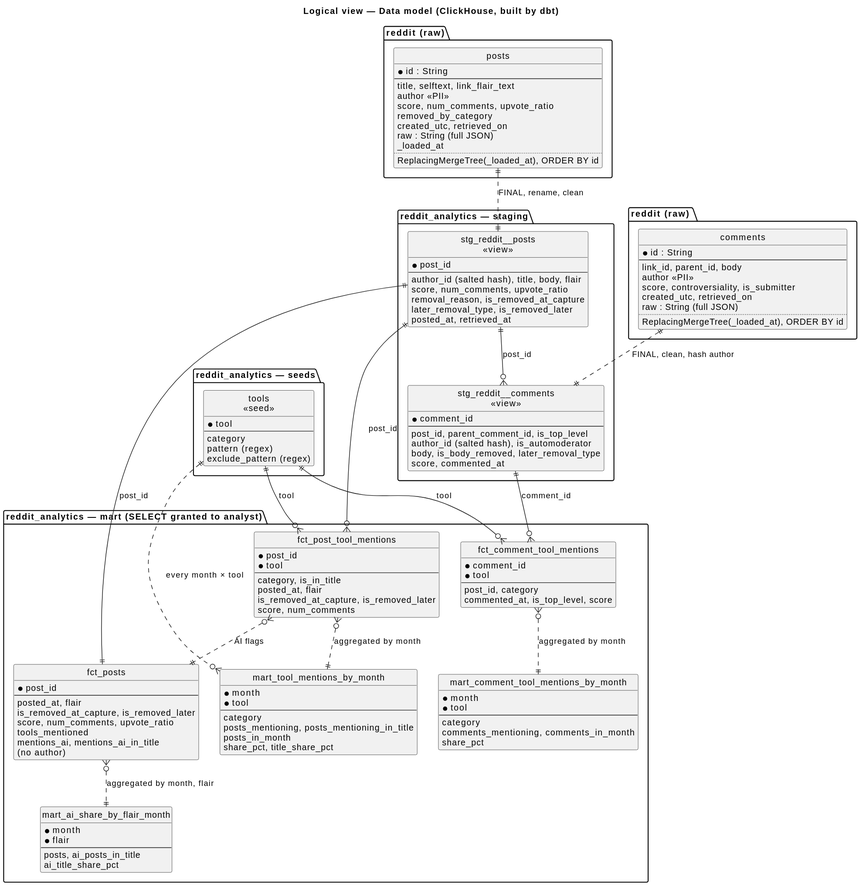
The PlantUML diagram docs/architecture/diagrams/logical-data-model.svg in modsomjeed/reddit-dataeng, before a commit.
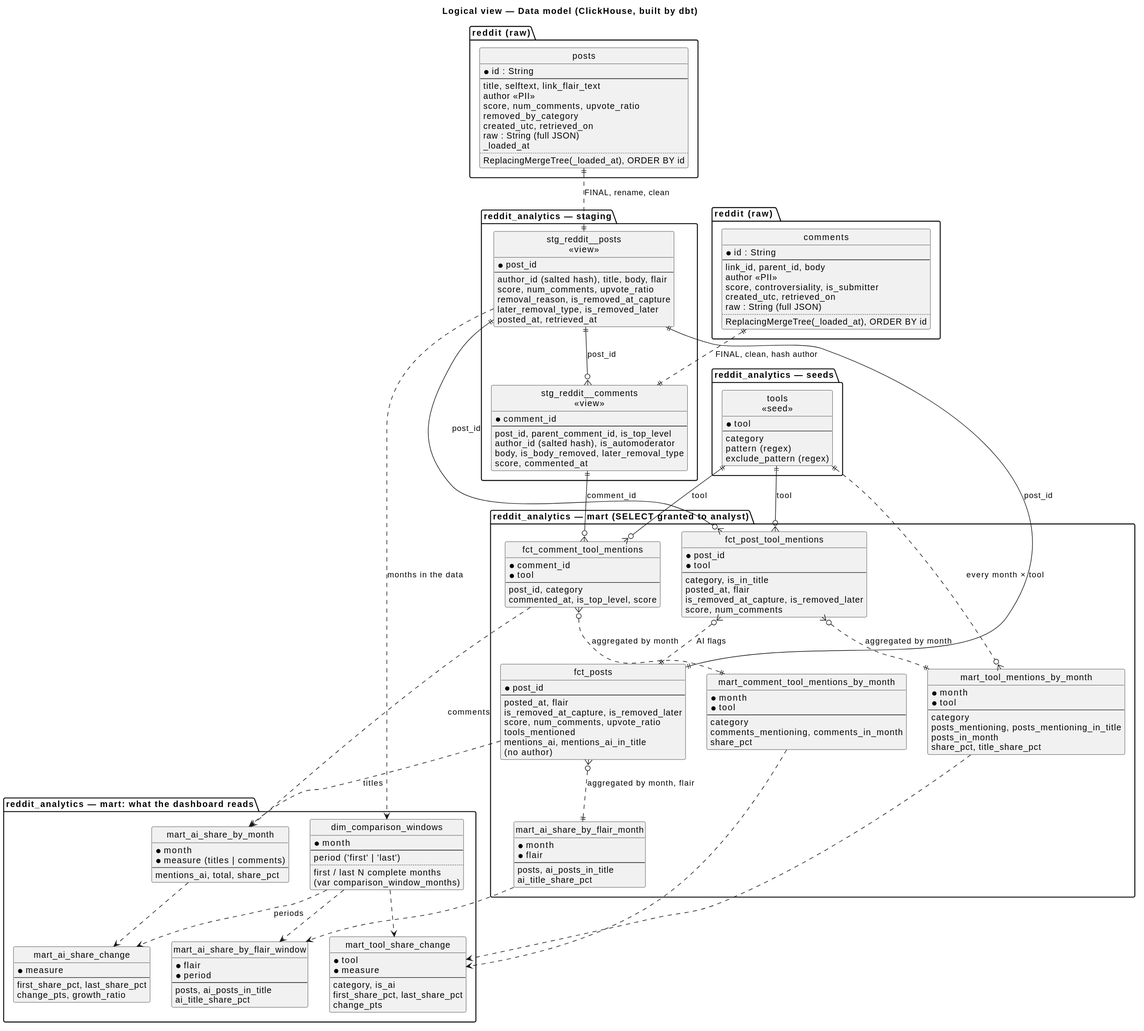
Later version of the same file.

Commit message:
docs(architecture): add the dashboard marts to the logical view

The edit, as a diff of the source:
```diff
@@ -117,6 +117,44 @@
   }
 }
 
+package "reddit_analytics — mart: what the dashboard reads" {
+  entity "dim_comparison_windows" as win {
+    * month
+    --
+    period ('first' | 'last')
+    ..
+    first / last N complete months
+    (var comparison_window_months)
+  }
+  entity "mart_ai_share_by_month" as aim {
+    * month
+    * measure (titles | comments)
+    --
+    mentions_ai, total, share_pct
+  }
+  entity "mart_ai_share_change" as aic {
+    * measure
+    --
+    first_share_pct, last_share_pct
+    change_pts, growth_ratio
+  }
+  entity "mart_tool_share_change" as tsc {
+    * tool
+    * measure
+    --
+    category, is_ai
+    first_share_pct, last_share_pct
+    change_pts
+  }
+  entity "mart_ai_share_by_flair_window" as afw {
+    * flair
+    * period
+    --
+    posts, ai_posts_in_title
+    ai_title_share_pct
+  }
+}
+
 raw ||..|| stg : "FINAL, rename, clean"
 stg ||--o{ fptm : "post_id"
 tools ||--o{ fptm : "tool"
@@ -130,4 +168,14 @@
 stgc ||--o{ fctm : "comment_id"
 tools ||--o{ fctm : "tool"
 fctm }o..|| mctm : "aggregated by month"
+stg ..> win : "months in the data"
+fp ..> aim : "titles"
+fctm ..> aim : "comments"
+aim ..> aic
+win ..> aic : "periods"
+mtm ..> tsc
+mctm ..> tsc
+win ..> tsc
+mai ..> afw
+win ..> afw
 @enduml
```
